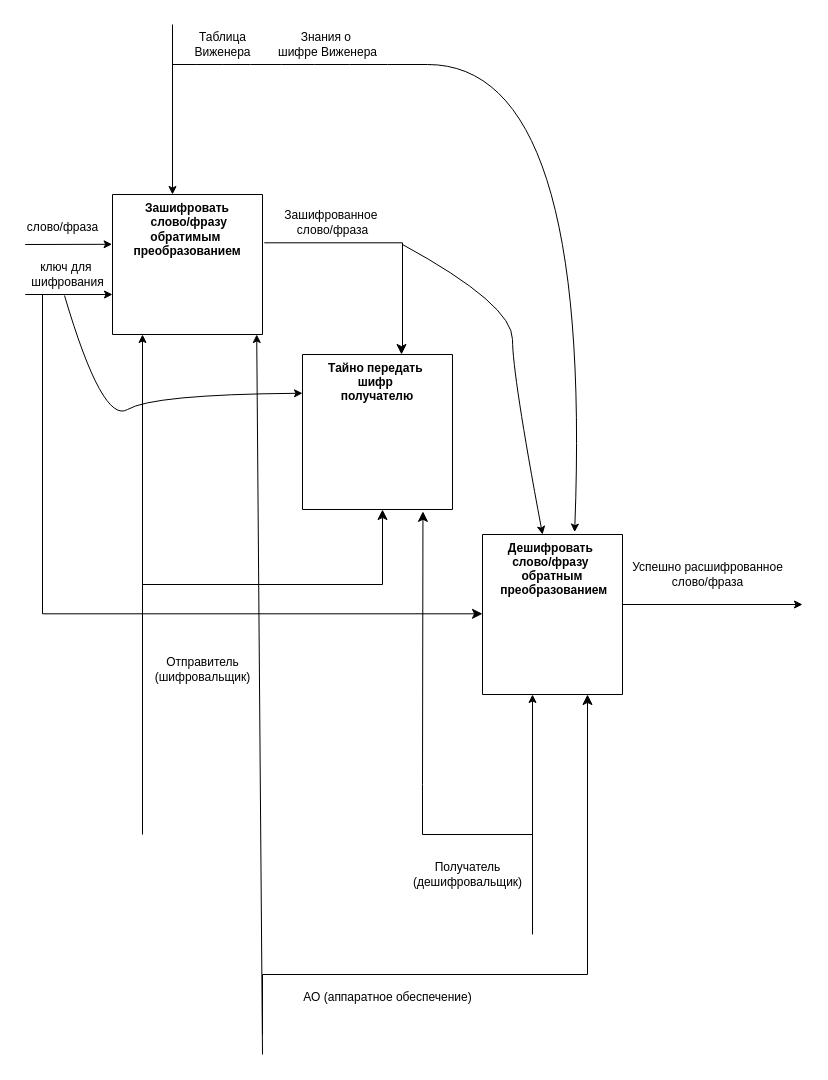
Above: page "IDEF уровень А1" (2 of 2) of Диаграмма без названия.drawio in Epicbro2222/IDEF0-diagram- (draw.io), before the change. Source tidied: cells renumbered, new cells numbered last; positions are measured from the earlier drawing's top-left corner, leaving out a move shared by most shapes. Both pictures are drawn from the tidied source at 100%, with x=0, y=0 at pixel (17, 24).
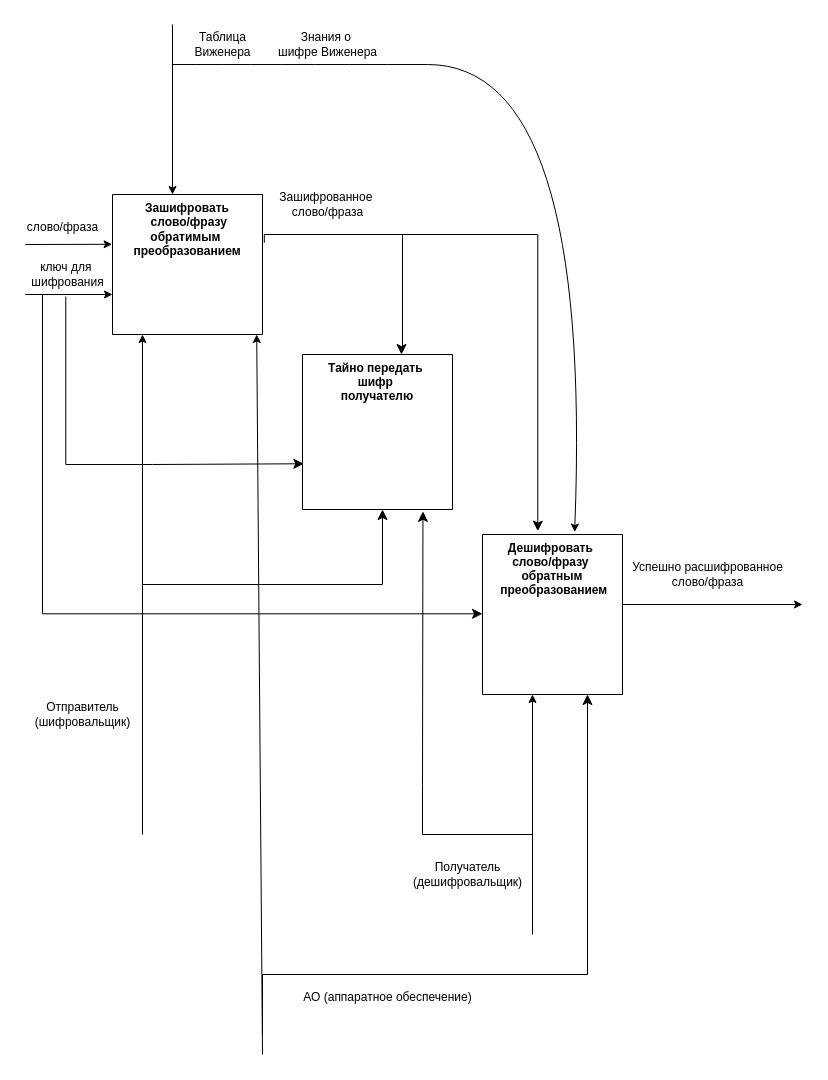
The same diagram, later.

Commit message:
шифр Виженера

Unchanged cells that the change refers to:
```xml
<mxCell id="5" value="ключ для&amp;nbsp;&lt;div&gt;шифрования&lt;/div&gt;" style="text;html=1;align=center;verticalAlign=middle;points=[];strokeColor=none;fillColor=none;" parent="1" vertex="1">
  <mxGeometry y="230" width="100" height="40" as="geometry" />
</mxCell>
<mxCell id="6" value="Зашифровать&#10; слово/фразу обратимым &#10;преобразованием" style="swimlane;startSize=0;verticalAlign=top;whiteSpace=wrap;" parent="1" vertex="1">
  <mxGeometry x="95" y="170" width="150" height="140" as="geometry" />
</mxCell>
<mxCell id="7" value="Тайно передать &#10;шифр &#10;получателю" style="swimlane;startSize=0;verticalAlign=top;" parent="1" vertex="1">
  <mxGeometry x="285" y="330" width="150" height="155" as="geometry" />
</mxCell>
<mxCell id="8" value="Дешифровать &#10;слово/фразу &#10;обратным&#10; преобразованием&#10;&#10;" style="swimlane;startSize=0;verticalAlign=top;" parent="1" vertex="1">
  <mxGeometry x="465" y="510" width="140" height="160" as="geometry" />
</mxCell>
```

The edit, as a diff of the source:
```diff
@@
     <mxCell id="15" value="Отправитель&lt;div&gt;(шифровальщик)&lt;/div&gt;" style="text;html=1;align=center;verticalAlign=middle;strokeColor=none;fillColor=none;" parent="1" vertex="1">
-      <mxGeometry x="125" y="625" width="120" height="40" as="geometry" />
+      <mxGeometry x="5" y="670" width="120" height="40" as="geometry" />
     </mxCell>
@@
     <mxCell id="19" style="edgeStyle=segmentEdgeStyle;endArrow=classic;html=1;curved=0;rounded=0;endSize=8;startSize=8;exitX=1.012;exitY=0.345;exitDx=0;exitDy=0;exitPerimeter=0;" parent="1" edge="1" source="6">
       <mxGeometry relative="1" as="geometry">
         <mxPoint x="384" y="330" as="targetPoint" />
         <Array as="points">
-          <mxPoint x="385" y="218" />
+          <mxPoint x="247" y="210" />
+          <mxPoint x="385" y="210" />
           <mxPoint x="385" y="327" />
+          <mxPoint x="384" y="327" />
         </Array>
       </mxGeometry>
     </mxCell>
     <mxCell id="20" value="Зашифрованное&amp;nbsp;&lt;div&gt;слово/фраза&lt;/div&gt;" style="text;html=1;align=center;verticalAlign=middle;strokeColor=none;fillColor=none;" parent="1" vertex="1">
-      <mxGeometry x="255" y="178" width="120" height="40" as="geometry" />
+      <mxGeometry x="250" y="160" width="120" height="40" as="geometry" />
     </mxCell>
-    <mxCell id="21" style="curved=1;endArrow=classic;html=1;rounded=0;entryX=0;entryY=0.25;entryDx=0;entryDy=0;" parent="1" edge="1" target="7">
-      <mxGeometry relative="1" as="geometry">
-        <mxPoint x="47" y="271" as="sourcePoint" />
-        <Array as="points">
-          <mxPoint x="85" y="400" />
-          <mxPoint x="135" y="370" />
-        </Array>
-      </mxGeometry>
-    </mxCell>
@@
-    <mxCell id="25" style="curved=1;endArrow=classic;html=1;rounded=0;entryX=0.429;entryY=0;entryDx=0;entryDy=0;entryPerimeter=0;" parent="1" edge="1" target="8">
-      <mxGeometry relative="1" as="geometry">
-        <mxPoint x="385" y="220" as="sourcePoint" />
-        <Array as="points">
-          <mxPoint x="495" y="280" />
-          <mxPoint x="495" y="350" />
-        </Array>
-      </mxGeometry>
-    </mxCell>
@@
+    <mxCell id="29" style="edgeStyle=segmentEdgeStyle;endArrow=classic;html=1;curved=0;rounded=0;endSize=8;startSize=8;entryX=0.395;entryY=-0.021;entryDx=0;entryDy=0;entryPerimeter=0;" parent="1" edge="1" target="8">
+      <mxGeometry relative="1" as="geometry">
+        <mxPoint x="385" y="220" as="sourcePoint" />
+        <Array as="points">
+          <mxPoint x="385" y="210" />
+          <mxPoint x="520" y="210" />
+        </Array>
+      </mxGeometry>
+    </mxCell>
+    <mxCell id="30" style="edgeStyle=segmentEdgeStyle;endArrow=classic;html=1;curved=0;rounded=0;endSize=8;startSize=8;entryX=0.009;entryY=0.705;entryDx=0;entryDy=0;entryPerimeter=0;exitX=0.483;exitY=1.05;exitDx=0;exitDy=0;exitPerimeter=0;" parent="1" edge="1" source="5" target="7">
+      <mxGeometry relative="1" as="geometry">
+        <Array as="points">
+          <mxPoint x="48" y="440" />
+          <mxPoint x="135" y="440" />
+        </Array>
+      </mxGeometry>
+    </mxCell>
```
